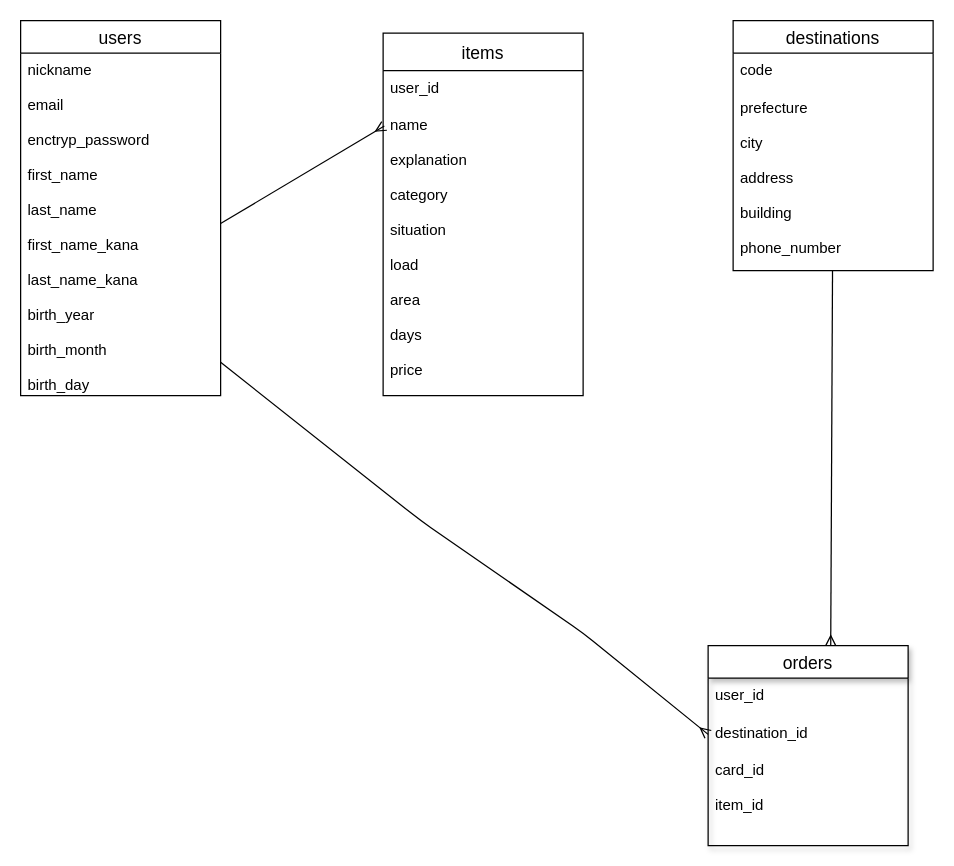
The draw.io diagram ER.dio in masarun0629/furima-38592, before the edit. Source tidied: cells renumbered, new cells numbered last; positions are measured from the earlier drawing's top-left corner, leaving out a move shared by most shapes. Both pictures are drawn from the tidied source at 125%, with x=0, y=0 at pixel (20, 20).
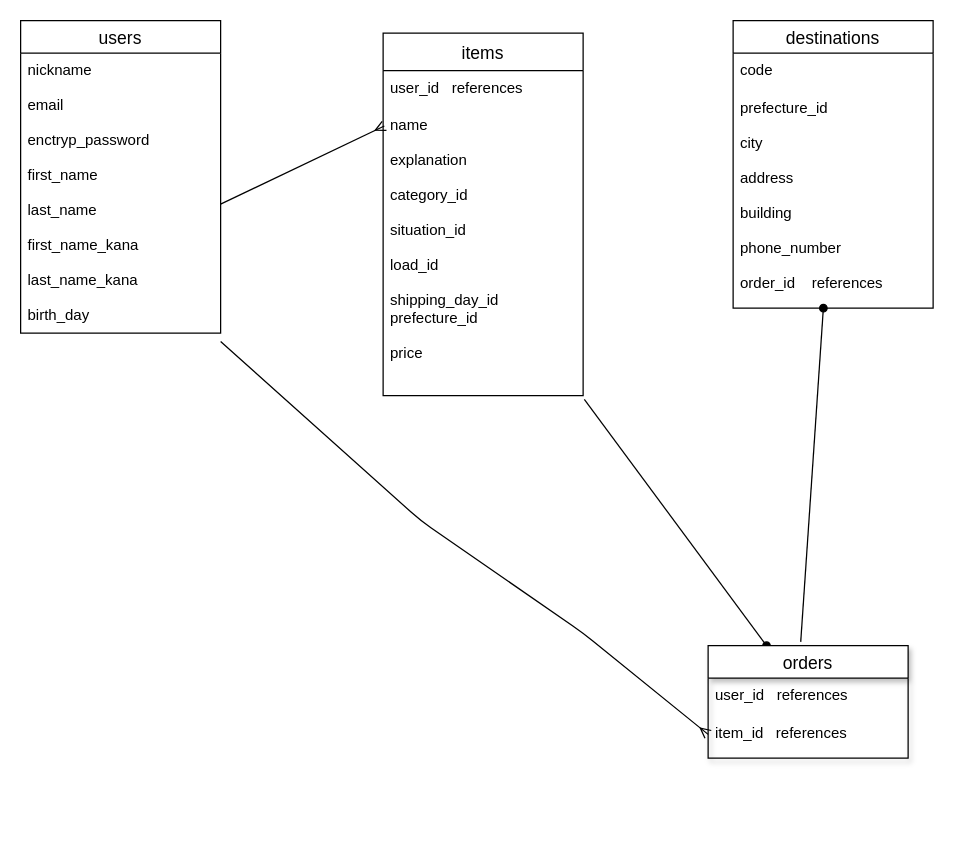
The same diagram, later.

Commit message (it also covers changes not shown here):
ご指摘箇所の修正

Change to the diagram source:
```diff
@@
 <mxGraphModel>
   <root>
     <mxCell id="0" />
     <mxCell id="1" parent="0" />
     <mxCell id="2" value="users" style="swimlane;fontStyle=0;horizontal=1;startSize=26;align=center;fontSize=14;" parent="1" vertex="1">
-      <mxGeometry width="160" height="300" as="geometry" />
+      <mxGeometry width="160" height="250" as="geometry" />
     </mxCell>
     <mxCell id="3" value="nickname&#10;&#10;email&#10;&#10;enctryp_password&#10;&#10;" style="text;strokeColor=none;fillColor=none;spacingLeft=4;spacingRight=4;overflow=hidden;fontSize=12;shadow=1;" parent="2" vertex="1">
-      <mxGeometry y="26" width="160" height="274" as="geometry" />
+      <mxGeometry y="26" width="160" height="224" as="geometry" />
     </mxCell>
-    <mxCell id="4" style="edgeStyle=none;html=1;entryX=0.613;entryY=0;entryDx=0;entryDy=0;entryPerimeter=0;endArrow=ERmany;endFill=0;" parent="1" edge="1" source="5" target="13">
+    <mxCell id="4" style="edgeStyle=none;html=1;entryX=0.463;entryY=-0.033;entryDx=0;entryDy=0;entryPerimeter=0;startArrow=oval;startFill=1;endArrow=none;endFill=0;" parent="1" edge="1" source="5" target="13">
       <mxGeometry relative="1" as="geometry" />
     </mxCell>
     <mxCell id="5" value="destinations" style="swimlane;fontStyle=0;horizontal=1;startSize=26;align=center;fontSize=14;" parent="1" vertex="1">
-      <mxGeometry x="570" width="160" height="200" as="geometry" />
+      <mxGeometry x="570" width="160" height="230" as="geometry" />
     </mxCell>
     <mxCell id="6" value="code&#10;&#10;" style="text;strokeColor=none;fillColor=none;spacingLeft=4;spacingRight=4;overflow=hidden;fontSize=12;" parent="5" vertex="1">
       <mxGeometry y="26" width="160" height="30" as="geometry" />
     </mxCell>
-    <mxCell id="7" value="prefecture&#10;&#10;city&#10;&#10;address&#10;&#10;building&#10;&#10;phone_number" style="text;strokeColor=none;fillColor=none;spacingLeft=4;spacingRight=4;overflow=hidden;fontSize=12;" parent="5" vertex="1">
-      <mxGeometry y="56" width="160" height="144" as="geometry" />
+    <mxCell id="7" value="prefecture_id&#10;&#10;city&#10;&#10;address&#10;&#10;building&#10;&#10;phone_number&#10;&#10;order_id    references" style="text;strokeColor=none;fillColor=none;spacingLeft=4;spacingRight=4;overflow=hidden;fontSize=12;" parent="5" vertex="1">
+      <mxGeometry y="56" width="160" height="174" as="geometry" />
     </mxCell>
     <mxCell id="8" value="items" style="swimlane;fontStyle=0;horizontal=1;startSize=30;align=center;fontSize=14;" parent="1" vertex="1">
       <mxGeometry x="290" y="10" width="160" height="290" as="geometry" />
     </mxCell>
-    <mxCell id="9" value="user_id" style="text;strokeColor=none;fillColor=none;spacingLeft=4;spacingRight=4;overflow=hidden;fontSize=12;" parent="8" vertex="1">
+    <mxCell id="9" value="user_id   references " style="text;strokeColor=none;fillColor=none;spacingLeft=4;spacingRight=4;overflow=hidden;fontSize=12;" parent="8" vertex="1">
       <mxGeometry y="30" width="160" height="30" as="geometry" />
     </mxCell>
-    <mxCell id="10" value="name&#10;&#10;explanation&#10;&#10;category&#10;&#10;situation&#10;&#10;load&#10;&#10;area&#10;&#10;days&#10;&#10;price" style="text;strokeColor=none;fillColor=none;spacingLeft=4;spacingRight=4;overflow=hidden;points=[[0,0.5],[1,0.5]];portConstraint=eastwest;fontSize=12;" parent="8" vertex="1">
+    <mxCell id="10" value="name&#10;&#10;explanation&#10;&#10;category_id&#10;&#10;situation_id&#10;&#10;load_id&#10;&#10;shipping_day_id&#10;prefecture_id&#10;&#10;price" style="text;strokeColor=none;fillColor=none;spacingLeft=4;spacingRight=4;overflow=hidden;points=[[0,0.5],[1,0.5]];portConstraint=eastwest;fontSize=12;" parent="8" vertex="1">
       <mxGeometry y="60" width="160" height="230" as="geometry" />
     </mxCell>
     <mxCell id="11" style="edgeStyle=none;html=1;entryX=0.006;entryY=0.062;entryDx=0;entryDy=0;entryPerimeter=0;endArrow=ERmany;endFill=0;" parent="1" edge="1" source="12" target="10">
       <mxGeometry relative="1" as="geometry" />
     </mxCell>
-    <mxCell id="12" value="first_name&#10;&#10;last_name&#10;&#10;first_name_kana&#10;&#10;last_name_kana&#10;&#10;birth_year&#10;&#10;birth_month&#10;　&#10;birth_day" style="text;strokeColor=none;fillColor=none;spacingLeft=4;spacingRight=4;overflow=hidden;points=[[0,0.5],[1,0.5]];portConstraint=eastwest;fontSize=12;" parent="1" vertex="1">
-      <mxGeometry y="110" width="160" height="200" as="geometry" />
+    <mxCell id="12" value="first_name&#10;&#10;last_name&#10;&#10;first_name_kana&#10;&#10;last_name_kana&#10;　&#10;birth_day" style="text;strokeColor=none;fillColor=none;spacingLeft=4;spacingRight=4;overflow=hidden;points=[[0,0.5],[1,0.5]];portConstraint=eastwest;fontSize=12;" parent="1" vertex="1">
+      <mxGeometry y="110" width="160" height="150" as="geometry" />
     </mxCell>
+    <mxCell id="18" style="edgeStyle=none;html=1;entryX=1.006;entryY=1.013;entryDx=0;entryDy=0;entryPerimeter=0;startArrow=oval;startFill=1;endArrow=none;endFill=0;" parent="1" edge="1" source="13" target="10">
+      <mxGeometry relative="1" as="geometry" />
+    </mxCell>
     <mxCell id="13" value="orders" style="swimlane;fontStyle=0;horizontal=1;startSize=26;align=center;fontSize=14;shadow=1;" parent="1" vertex="1">
-      <mxGeometry x="550" y="500" width="160" height="160" as="geometry" />
+      <mxGeometry x="550" y="500" width="160" height="90" as="geometry" />
     </mxCell>
-    <mxCell id="14" value="user_id" style="text;strokeColor=none;fillColor=none;spacingLeft=4;spacingRight=4;overflow=hidden;fontSize=12;shadow=1;" parent="13" vertex="1">
+    <mxCell id="14" value="user_id   references" style="text;strokeColor=none;fillColor=none;spacingLeft=4;spacingRight=4;overflow=hidden;fontSize=12;shadow=1;" parent="13" vertex="1">
       <mxGeometry y="26" width="160" height="30" as="geometry" />
     </mxCell>
-    <mxCell id="15" value="destination_id" style="text;strokeColor=none;fillColor=none;spacingLeft=4;spacingRight=4;overflow=hidden;points=[[0,0.5],[1,0.5]];portConstraint=eastwest;fontSize=12;shadow=1;" parent="13" vertex="1">
-      <mxGeometry y="56" width="160" height="30" as="geometry" />
-    </mxCell>
-    <mxCell id="16" value="card_id&#10;&#10;item_id" style="text;strokeColor=none;fillColor=none;spacingLeft=4;spacingRight=4;overflow=hidden;fontSize=12;shadow=1;" parent="13" vertex="1">
-      <mxGeometry y="86" width="160" height="74" as="geometry" />
+    <mxCell id="16" value="item_id   references " style="text;strokeColor=none;fillColor=none;spacingLeft=4;spacingRight=4;overflow=hidden;fontSize=12;shadow=1;" parent="13" vertex="1">
+      <mxGeometry y="56" width="160" height="34" as="geometry" />
     </mxCell>
-    <mxCell id="17" style="edgeStyle=none;html=1;endArrow=ERmany;endFill=0;entryX=0;entryY=0.5;entryDx=0;entryDy=0;" parent="1" edge="1" source="12" target="15">
+    <mxCell id="17" style="edgeStyle=none;html=1;endArrow=ERmany;endFill=0;entryX=0;entryY=0.5;entryDx=0;entryDy=0;" parent="1" edge="1" source="12">
       <mxGeometry relative="1" as="geometry">
+        <mxPoint x="550" y="571" as="targetPoint" />
         <Array as="points">
           <mxPoint x="320" y="400" />
           <mxPoint x="450" y="490" />
         </Array>
       </mxGeometry>
     </mxCell>
   </root>
 </mxGraphModel>
```
